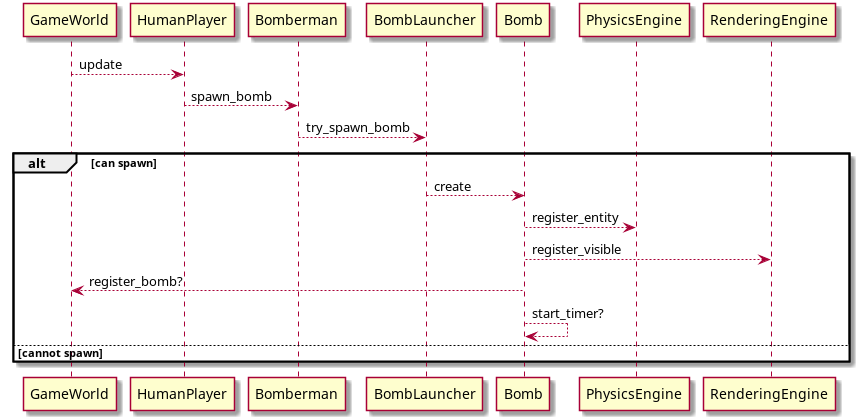
NadzwyczajnaGrupaRobocza/bomberman keeps this PlantUML diagram as docs/img/UC_2_1.png. Above is the earlier version.
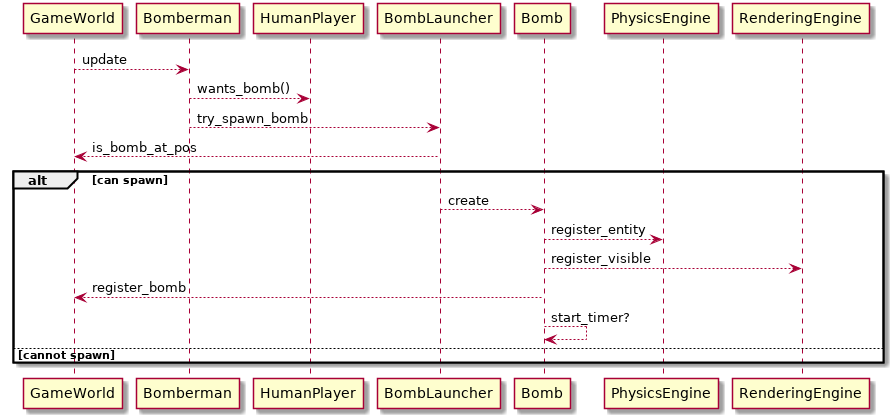
Above is the later version.

Diff of the diagram source:
```diff
@@ -1,13 +1,14 @@
 @startuml
 
-GameWorld --> HumanPlayer : update
-HumanPlayer --> Bomberman : spawn_bomb
+GameWorld --> Bomberman   : update
+HumanPlayer <-- Bomberman : wants_bomb()
 Bomberman --> BombLauncher : try_spawn_bomb
+BombLauncher --> GameWorld : is_bomb_at_pos
 alt can spawn
 BombLauncher --> Bomb : create
 Bomb --> PhysicsEngine : register_entity
 Bomb --> RenderingEngine : register_visible
-Bomb --> GameWorld : register_bomb?
+Bomb --> GameWorld : register_bomb
 Bomb --> Bomb : start_timer?
 else cannot spawn
 end
```
